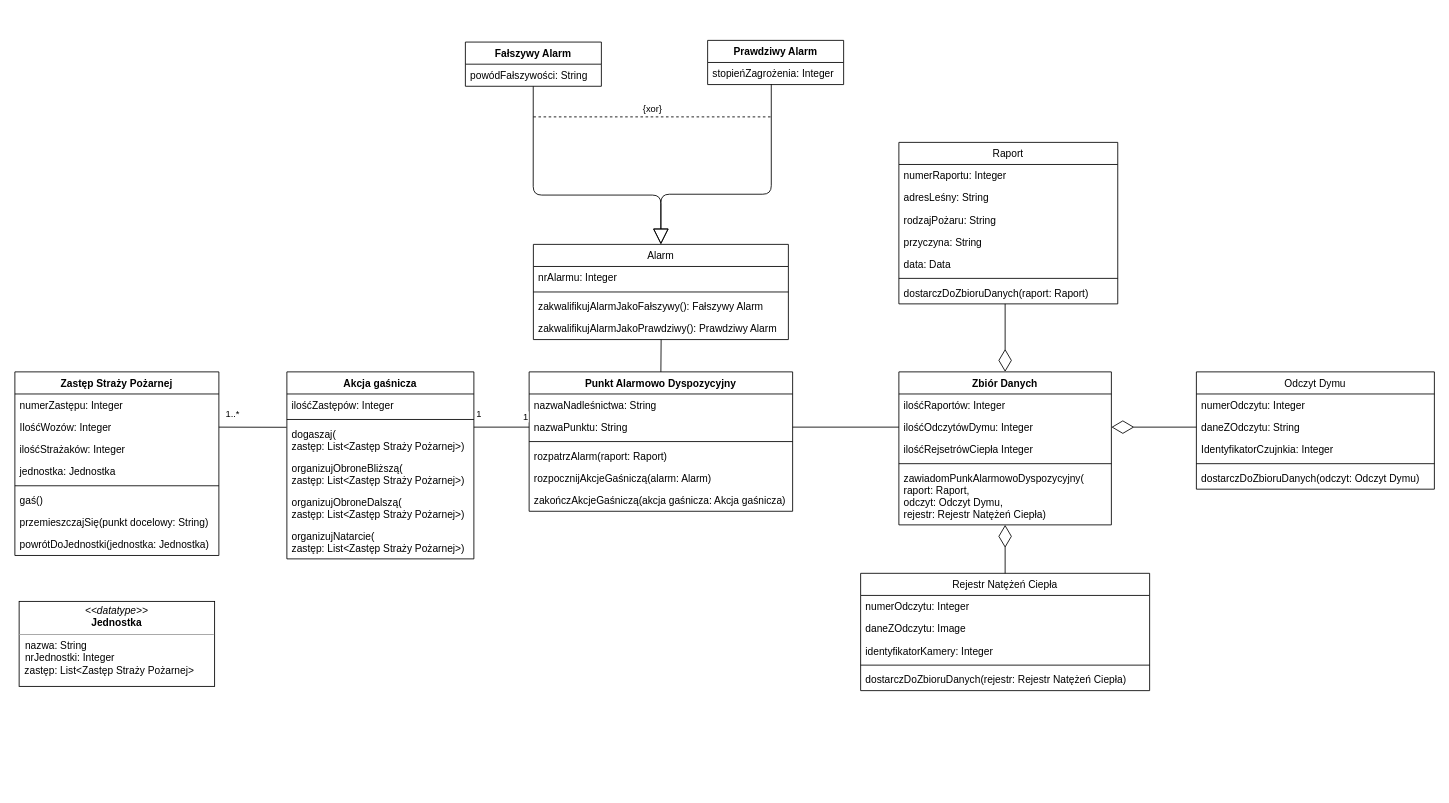
Earlier version of the draw.io diagram page "klasy" (2 of 5) of uml_pozar_lasu.drawio (broniuu/projekt_inzynieria). Source tidied: cells renumbered, new cells numbered last; positions are measured from the earlier drawing's top-left corner, leaving out a move shared by most shapes. Both pictures are drawn from the tidied source at 85%, with x=0, y=0 at pixel (14, 40).
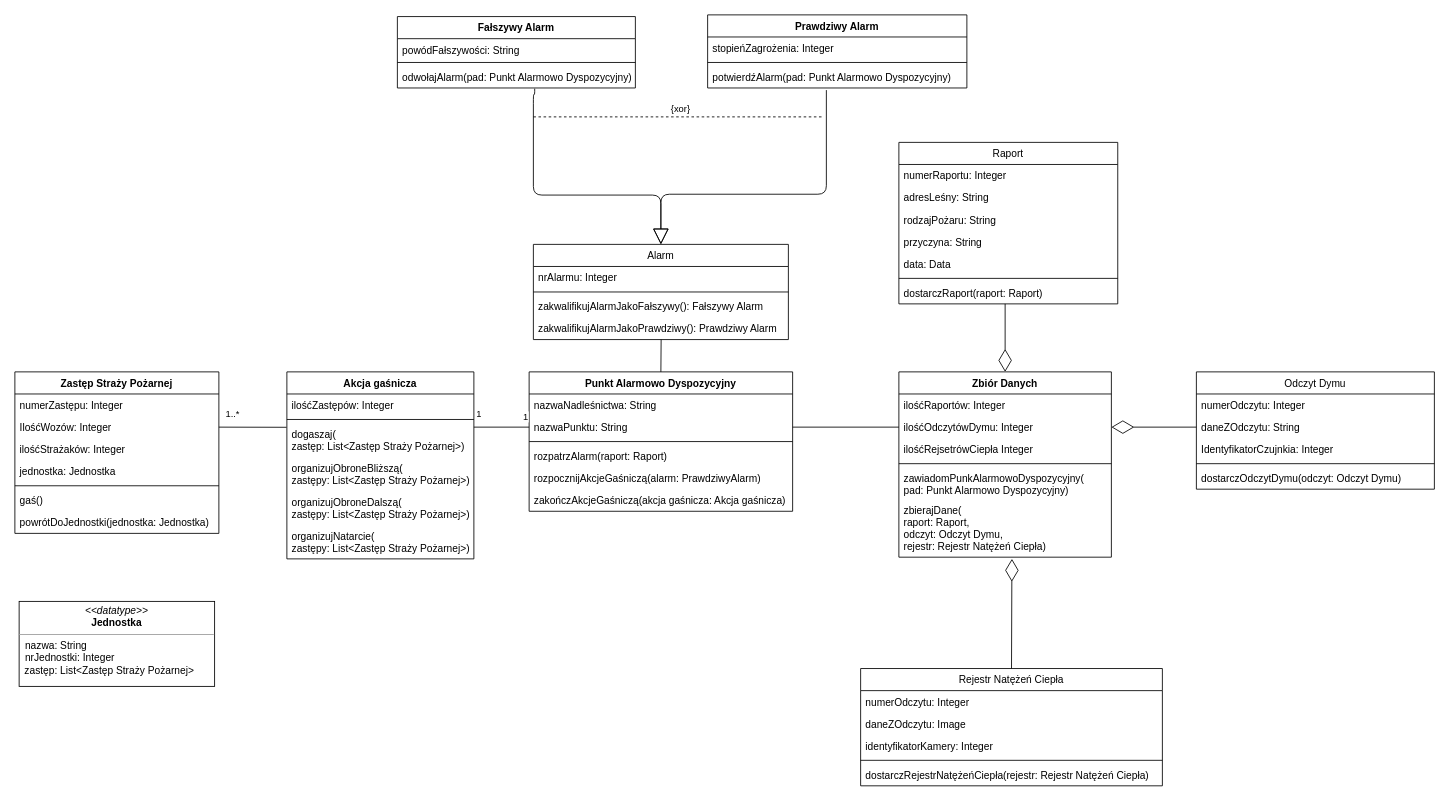
Above is the later version.

Unchanged cells that the change refers to:
```xml
<mxCell id="2" value="Punkt Alarmowo Dyspozycyjny" style="swimlane;fontStyle=1;align=center;verticalAlign=top;horizontal=1;startSize=26;" parent="1" vertex="1">
  <mxGeometry x="605" y="390" width="310" height="164" as="geometry" />
</mxCell>
<mxCell id="9" value="Raport" style="swimlane;fontStyle=0;horizontal=1;startSize=26;fillColor=none;" parent="1" vertex="1">
  <mxGeometry x="1040" y="120" width="257.5" height="190" as="geometry" />
</mxCell>
<mxCell id="17" value="Odczyt Dymu" style="swimlane;fontStyle=0;horizontal=1;startSize=26;fillColor=none;" parent="1" vertex="1">
  <mxGeometry x="1390" y="390" width="280" height="138" as="geometry" />
</mxCell>
<mxCell id="49" value="Alarm" style="swimlane;fontStyle=0;horizontal=1;startSize=26;fillColor=none;" parent="1" vertex="1">
  <mxGeometry x="610" y="240" width="300" height="112" as="geometry" />
</mxCell>
<mxCell id="63" value="Akcja gaśnicza" style="swimlane;fontStyle=1;align=center;verticalAlign=top;horizontal=1;startSize=26;" parent="1" vertex="1">
  <mxGeometry x="320" y="390" width="220" height="220" as="geometry" />
</mxCell>
```

Change to the diagram source:
```diff
@@
-    <mxCell id="7" value="rozpocznijAkcjeGaśniczą(alarm: Alarm)" style="text;strokeColor=none;fillColor=none;align=left;verticalAlign=top;spacingLeft=4;spacingRight=4;overflow=hidden;" parent="2" vertex="1">
+    <mxCell id="7" value="rozpocznijAkcjeGaśniczą(alarm: PrawdziwyAlarm)" style="text;strokeColor=none;fillColor=none;align=left;verticalAlign=top;spacingLeft=4;spacingRight=4;overflow=hidden;" parent="2" vertex="1">
       <mxGeometry y="112" width="310" height="26" as="geometry" />
     </mxCell>
@@
-    <mxCell id="16" value="dostarczDoZbioruDanych(raport: Raport)" style="text;strokeColor=none;fillColor=none;align=left;verticalAlign=top;spacingLeft=4;spacingRight=4;overflow=hidden;" parent="9" vertex="1">
+    <mxCell id="16" value="dostarczRaport(raport: Raport)" style="text;strokeColor=none;fillColor=none;align=left;verticalAlign=top;spacingLeft=4;spacingRight=4;overflow=hidden;" parent="9" vertex="1">
       <mxGeometry y="164" width="257.5" height="26" as="geometry" />
     </mxCell>
@@
-    <mxCell id="22" value="dostarczDoZbioruDanych(odczyt: Odczyt Dymu)" style="text;strokeColor=none;fillColor=none;align=left;verticalAlign=top;spacingLeft=4;spacingRight=4;overflow=hidden;" parent="17" vertex="1">
+    <mxCell id="22" value="dostarczOdczytDymu(odczyt: Odczyt Dymu)" style="text;strokeColor=none;fillColor=none;align=left;verticalAlign=top;spacingLeft=4;spacingRight=4;overflow=hidden;" parent="17" vertex="1">
       <mxGeometry y="112" width="280" height="26" as="geometry" />
     </mxCell>
     <mxCell id="23" value="Rejestr Natężeń Ciepła" style="swimlane;fontStyle=0;horizontal=1;startSize=26;fillColor=none;" parent="1" vertex="1">
-      <mxGeometry x="995" y="627" width="340" height="138" as="geometry" />
+      <mxGeometry x="995" y="739" width="355" height="138" as="geometry" />
     </mxCell>
     <mxCell id="24" value="numerOdczytu: Integer" style="text;strokeColor=none;fillColor=none;align=left;verticalAlign=top;spacingLeft=4;spacingRight=4;overflow=hidden;" parent="23" vertex="1">
-      <mxGeometry y="26" width="340" height="26" as="geometry" />
+      <mxGeometry y="26" width="355" height="26" as="geometry" />
     </mxCell>
     <mxCell id="25" value="daneZOdczytu: Image" style="text;strokeColor=none;fillColor=none;align=left;verticalAlign=top;spacingLeft=4;spacingRight=4;overflow=hidden;" parent="23" vertex="1">
-      <mxGeometry y="52" width="340" height="26" as="geometry" />
+      <mxGeometry y="52" width="355" height="26" as="geometry" />
     </mxCell>
     <mxCell id="26" value="identyfikatorKamery: Integer" style="text;strokeColor=none;fillColor=none;align=left;verticalAlign=top;spacingLeft=4;spacingRight=4;overflow=hidden;" parent="23" vertex="1">
-      <mxGeometry y="78" width="340" height="26" as="geometry" />
+      <mxGeometry y="78" width="355" height="26" as="geometry" />
     </mxCell>
     <mxCell id="27" style="line;strokeWidth=1;fillColor=none;align=left;verticalAlign=middle;spacingTop=-1;spacingLeft=3;spacingRight=3;labelPosition=right;" parent="23" vertex="1">
-      <mxGeometry y="104" width="340" height="8" as="geometry" />
+      <mxGeometry y="104" width="355" height="8" as="geometry" />
     </mxCell>
-    <mxCell id="28" value="dostarczDoZbioruDanych(rejestr: Rejestr Natężeń Ciepła)" style="text;strokeColor=none;fillColor=none;align=left;verticalAlign=top;spacingLeft=4;spacingRight=4;overflow=hidden;" parent="23" vertex="1">
-      <mxGeometry y="112" width="340" height="26" as="geometry" />
+    <mxCell id="28" value="dostarczRejestrNatężeńCiepła(rejestr: Rejestr Natężeń Ciepła)" style="text;strokeColor=none;fillColor=none;align=left;verticalAlign=top;spacingLeft=4;spacingRight=4;overflow=hidden;" parent="23" vertex="1">
+      <mxGeometry y="112" width="355" height="26" as="geometry" />
     </mxCell>
     <mxCell id="29" value="Zbiór Danych" style="swimlane;fontStyle=1;align=center;verticalAlign=top;horizontal=1;startSize=26;" parent="1" vertex="1">
-      <mxGeometry x="1040" y="390" width="250" height="180" as="geometry" />
+      <mxGeometry x="1040" y="390" width="250" height="218" as="geometry" />
     </mxCell>
@@
-    <mxCell id="34" value="zawiadomPunkAlarmowoDyspozycyjny(&#10;raport: Raport, &#10;odczyt: Odczyt Dymu,&#10;rejestr: Rejestr Natężeń Ciepła)" style="text;strokeColor=none;fillColor=none;align=left;verticalAlign=top;spacingLeft=4;spacingRight=4;overflow=hidden;points=[[0,0.5],[1,0.5]];portConstraint=eastwest;" parent="29" vertex="1">
-      <mxGeometry y="112" width="250" height="68" as="geometry" />
+    <mxCell id="34" value="zawiadomPunkAlarmowoDyspozycyjny(&#10;pad: Punkt Alarmowo Dyspozycyjny)" style="text;strokeColor=none;fillColor=none;align=left;verticalAlign=top;spacingLeft=4;spacingRight=4;overflow=hidden;points=[[0,0.5],[1,0.5]];portConstraint=eastwest;" parent="29" vertex="1">
+      <mxGeometry y="112" width="250" height="38" as="geometry" />
     </mxCell>
+    <mxCell id="73" value="zbierajDane(&#10;raport: Raport, &#10;odczyt: Odczyt Dymu,&#10;rejestr: Rejestr Natężeń Ciepła)" style="text;strokeColor=none;fillColor=none;align=left;verticalAlign=top;spacingLeft=4;spacingRight=4;overflow=hidden;" parent="29" vertex="1">
+      <mxGeometry y="150" width="250" height="68" as="geometry" />
+    </mxCell>
@@
-    <mxCell id="37" style="endArrow=diamondThin;endFill=0;endSize=24;html=1;exitX=0.5;exitY=0;exitDx=0;exitDy=0;" parent="1" edge="1" source="23" target="34">
-      <mxGeometry relative="1" as="geometry" />
+    <mxCell id="37" style="endArrow=diamondThin;endFill=0;endSize=24;html=1;exitX=0.5;exitY=0;exitDx=0;exitDy=0;" parent="1" edge="1" source="23">
+      <mxGeometry relative="1" as="geometry">
+        <mxPoint x="1173" y="610" as="targetPoint" />
+      </mxGeometry>
     </mxCell>
     <mxCell id="38" value="Zastęp Straży Pożarnej" style="swimlane;fontStyle=1;align=center;verticalAlign=top;horizontal=1;startSize=26;" parent="1" vertex="1">
-      <mxGeometry y="390" width="240" height="216" as="geometry" />
+      <mxGeometry y="390" width="240" height="190" as="geometry" />
     </mxCell>
@@
-    <mxCell id="45" value="przemieszczajSię(punkt docelowy: String)" style="text;strokeColor=none;fillColor=none;align=left;verticalAlign=top;spacingLeft=4;spacingRight=4;overflow=hidden;" parent="38" vertex="1">
-      <mxGeometry y="164" width="240" height="26" as="geometry" />
-    </mxCell>
     <mxCell id="46" value="powrótDoJednostki(jednostka: Jednostka)" style="text;strokeColor=none;fillColor=none;align=left;verticalAlign=top;spacingLeft=4;spacingRight=4;overflow=hidden;" parent="38" vertex="1">
-      <mxGeometry y="190" width="240" height="26" as="geometry" />
+      <mxGeometry y="164" width="240" height="26" as="geometry" />
     </mxCell>
@@
     <mxCell id="54" value="Fałszywy Alarm" style="swimlane;fontStyle=1;align=center;verticalAlign=top;horizontal=1;startSize=26;" parent="1" vertex="1">
-      <mxGeometry x="530" y="2" width="160" height="52" as="geometry" />
+      <mxGeometry x="450" y="-28" width="280" height="84" as="geometry" />
     </mxCell>
     <mxCell id="55" value="powódFałszywości: String" style="text;strokeColor=none;fillColor=none;align=left;verticalAlign=top;spacingLeft=4;spacingRight=4;overflow=hidden;points=[[0,0.5],[1,0.5]];portConstraint=eastwest;" parent="54" vertex="1">
-      <mxGeometry y="26" width="160" height="26" as="geometry" />
+      <mxGeometry y="26" width="280" height="24" as="geometry" />
     </mxCell>
+    <mxCell id="74" style="line;strokeWidth=1;fillColor=none;align=left;verticalAlign=middle;spacingTop=-1;spacingLeft=3;spacingRight=3;labelPosition=right;" parent="54" vertex="1">
+      <mxGeometry y="50" width="280" height="8" as="geometry" />
+    </mxCell>
+    <mxCell id="75" value="odwołajAlarm(pad: Punkt Alarmowo Dyspozycyjny)" style="text;strokeColor=none;fillColor=none;align=left;verticalAlign=top;spacingLeft=4;spacingRight=4;overflow=hidden;points=[[0,0.5],[1,0.5]];portConstraint=eastwest;" parent="54" vertex="1">
+      <mxGeometry y="58" width="280" height="26" as="geometry" />
+    </mxCell>
     <mxCell id="56" value="Prawdziwy Alarm" style="swimlane;fontStyle=1;align=center;verticalAlign=top;horizontal=1;startSize=26;" parent="1" vertex="1">
-      <mxGeometry x="815" width="160" height="52" as="geometry" />
+      <mxGeometry x="815" y="-30" width="305" height="86" as="geometry" />
     </mxCell>
     <mxCell id="57" value="stopieńZagrożenia: Integer" style="text;strokeColor=none;fillColor=none;align=left;verticalAlign=top;spacingLeft=4;spacingRight=4;overflow=hidden;points=[[0,0.5],[1,0.5]];portConstraint=eastwest;" parent="56" vertex="1">
-      <mxGeometry y="26" width="160" height="26" as="geometry" />
+      <mxGeometry y="26" width="305" height="26" as="geometry" />
     </mxCell>
+    <mxCell id="76" style="line;strokeWidth=1;fillColor=none;align=left;verticalAlign=middle;spacingTop=-1;spacingLeft=3;spacingRight=3;labelPosition=right;" parent="56" vertex="1">
+      <mxGeometry y="52" width="305" height="8" as="geometry" />
+    </mxCell>
+    <mxCell id="77" value="potwierdźAlarm(pad: Punkt Alarmowo Dyspozycyjny)" style="text;strokeColor=none;fillColor=none;align=left;verticalAlign=top;spacingLeft=4;spacingRight=4;overflow=hidden;points=[[0,0.5],[1,0.5]];portConstraint=eastwest;" parent="56" vertex="1">
+      <mxGeometry y="60" width="305" height="26" as="geometry" />
+    </mxCell>
-    <mxCell id="58" style="endArrow=block;endSize=16;endFill=0;html=1;exitX=0.499;exitY=1;exitDx=0;exitDy=0;exitPerimeter=0;entryX=0.5;entryY=0;entryDx=0;entryDy=0;edgeStyle=orthogonalEdgeStyle;" parent="1" edge="1" source="55" target="49">
+    <mxCell id="58" style="endArrow=block;endSize=16;endFill=0;html=1;entryX=0.5;entryY=0;entryDx=0;entryDy=0;edgeStyle=orthogonalEdgeStyle;exitX=0.577;exitY=1.032;exitDx=0;exitDy=0;exitPerimeter=0;" parent="1" edge="1" source="75" target="49">
       <mxGeometry relative="1" as="geometry">
         <Array as="points">
+          <mxPoint x="612" y="64" />
+          <mxPoint x="610" y="64" />
           <mxPoint x="610" y="182" />
           <mxPoint x="760" y="182" />
         </Array>
       </mxGeometry>
     </mxCell>
-    <mxCell id="59" style="endArrow=block;endSize=16;endFill=0;html=1;exitX=0.468;exitY=0.985;exitDx=0;exitDy=0;exitPerimeter=0;edgeStyle=orthogonalEdgeStyle;entryX=0.5;entryY=0;entryDx=0;entryDy=0;" parent="1" edge="1" source="57" target="49">
+    <mxCell id="59" style="endArrow=block;endSize=16;endFill=0;html=1;edgeStyle=orthogonalEdgeStyle;entryX=0.5;entryY=0;entryDx=0;entryDy=0;exitX=0.458;exitY=1.096;exitDx=0;exitDy=0;exitPerimeter=0;" parent="1" edge="1" source="77" target="49">
       <mxGeometry relative="1" as="geometry">
         <Array as="points">
-          <mxPoint x="890" y="181" />
+          <mxPoint x="955" y="181" />
           <mxPoint x="760" y="181" />
         </Array>
       </mxGeometry>
     </mxCell>
     <mxCell id="60" style="endArrow=none;dashed=1;html=1;" parent="1" edge="1">
       <mxGeometry relative="1" as="geometry">
         <mxPoint x="610" y="90" as="sourcePoint" />
-        <mxPoint x="890" y="90" as="targetPoint" />
+        <mxPoint x="950" y="90" as="targetPoint" />
       </mxGeometry>
     </mxCell>
@@
-    <mxCell id="67" value="organizujObroneBliższą(&#10;zastęp: List&lt;Zastęp Straży Pożarnej&gt;)" style="text;strokeColor=none;fillColor=none;align=left;verticalAlign=top;spacingLeft=4;spacingRight=4;overflow=hidden;" parent="63" vertex="1">
+    <mxCell id="67" value="organizujObroneBliższą(&#10;zastępy: List&lt;Zastęp Straży Pożarnej&gt;)" style="text;strokeColor=none;fillColor=none;align=left;verticalAlign=top;spacingLeft=4;spacingRight=4;overflow=hidden;" parent="63" vertex="1">
       <mxGeometry y="100" width="220" height="40" as="geometry" />
     </mxCell>
-    <mxCell id="68" value="organizujObroneDalszą(&#10;zastęp: List&lt;Zastęp Straży Pożarnej&gt;)" style="text;strokeColor=none;fillColor=none;align=left;verticalAlign=top;spacingLeft=4;spacingRight=4;overflow=hidden;" parent="63" vertex="1">
+    <mxCell id="68" value="organizujObroneDalszą(&#10;zastępy: List&lt;Zastęp Straży Pożarnej&gt;)" style="text;strokeColor=none;fillColor=none;align=left;verticalAlign=top;spacingLeft=4;spacingRight=4;overflow=hidden;" parent="63" vertex="1">
       <mxGeometry y="140" width="220" height="40" as="geometry" />
     </mxCell>
-    <mxCell id="69" value="organizujNatarcie(&#10;zastęp: List&lt;Zastęp Straży Pożarnej&gt;)" style="text;strokeColor=none;fillColor=none;align=left;verticalAlign=top;spacingLeft=4;spacingRight=4;overflow=hidden;" parent="63" vertex="1">
+    <mxCell id="69" value="organizujNatarcie(&#10;zastępy: List&lt;Zastęp Straży Pożarnej&gt;)" style="text;strokeColor=none;fillColor=none;align=left;verticalAlign=top;spacingLeft=4;spacingRight=4;overflow=hidden;" parent="63" vertex="1">
       <mxGeometry y="180" width="220" height="40" as="geometry" />
     </mxCell>
```
